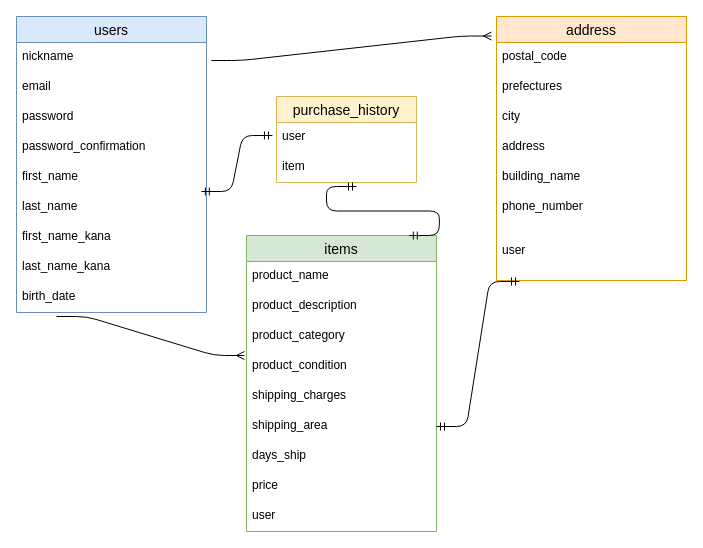
Before: ERZU.dio in Yuuki0205/furima-35553, a draw.io diagram. Source tidied: cells renumbered, new cells numbered last; positions are measured from the earlier drawing's top-left corner, leaving out a move shared by most shapes. Both pictures are drawn from the tidied source at 100%, with x=0, y=0 at pixel (16, 16).
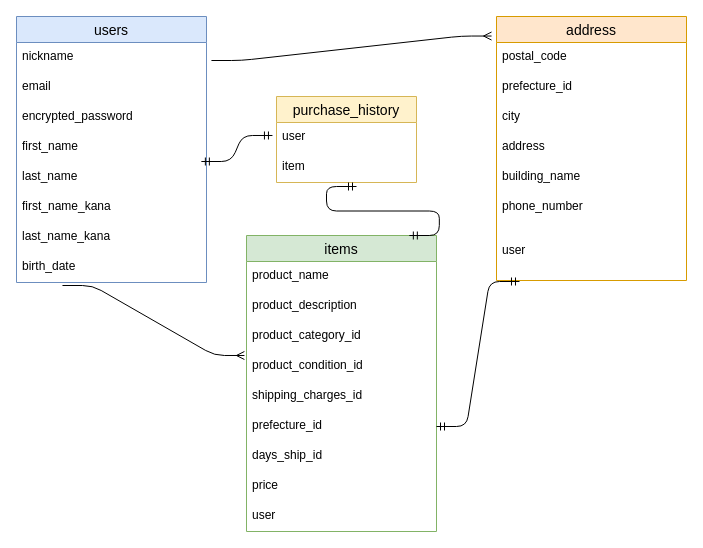
Above is the later version.

Commit message (it also covers changes not shown here):
データベース設計

The change refers to these unchanged cells:
```xml
<mxCell id="12" value="items" style="swimlane;fontStyle=0;horizontal=1;startSize=26;align=center;fontSize=14;fillColor=#d5e8d4;strokeColor=#82b366;" parent="1" vertex="1">
  <mxGeometry x="230" y="219" width="190" height="296" as="geometry" />
</mxCell>
<mxCell id="23" value="address" style="swimlane;fontStyle=0;horizontal=1;startSize=26;align=center;fontSize=14;fillColor=#ffe6cc;strokeColor=#d79b00;" parent="1" vertex="1">
  <mxGeometry x="480" width="190" height="264" as="geometry" />
</mxCell>
```

Change to the diagram source:
```diff
@@
     <mxCell id="2" value="users" style="swimlane;fontStyle=0;horizontal=1;startSize=26;align=center;fontSize=14;fillColor=#dae8fc;strokeColor=#6c8ebf;" parent="1" vertex="1">
-      <mxGeometry width="190" height="296" as="geometry" />
+      <mxGeometry width="190" height="266" as="geometry" />
     </mxCell>
@@
-    <mxCell id="5" value="password" style="text;strokeColor=none;fillColor=none;spacingLeft=4;spacingRight=4;overflow=hidden;fontSize=12;" parent="2" vertex="1">
+    <mxCell id="5" value="encrypted_password" style="text;strokeColor=none;fillColor=none;spacingLeft=4;spacingRight=4;overflow=hidden;fontSize=12;" parent="2" vertex="1">
       <mxGeometry y="86" width="190" height="30" as="geometry" />
     </mxCell>
-    <mxCell id="6" value="password_confirmation" style="text;strokeColor=none;fillColor=none;spacingLeft=4;spacingRight=4;overflow=hidden;fontSize=12;" parent="2" vertex="1">
-      <mxGeometry y="116" width="190" height="30" as="geometry" />
-    </mxCell>
     <mxCell id="7" value="first_name " style="text;strokeColor=none;fillColor=none;spacingLeft=4;spacingRight=4;overflow=hidden;fontSize=12;" parent="2" vertex="1">
-      <mxGeometry y="146" width="190" height="30" as="geometry" />
+      <mxGeometry y="116" width="190" height="30" as="geometry" />
     </mxCell>
     <mxCell id="8" value="last_name" style="text;strokeColor=none;fillColor=none;spacingLeft=4;spacingRight=4;overflow=hidden;points=[[0,0.5],[1,0.5]];portConstraint=eastwest;fontSize=12;" parent="2" vertex="1">
-      <mxGeometry y="176" width="190" height="30" as="geometry" />
+      <mxGeometry y="146" width="190" height="30" as="geometry" />
     </mxCell>
     <mxCell id="9" value="first_name_kana" style="text;strokeColor=none;fillColor=none;spacingLeft=4;spacingRight=4;overflow=hidden;fontSize=12;" parent="2" vertex="1">
-      <mxGeometry y="206" width="190" height="30" as="geometry" />
+      <mxGeometry y="176" width="190" height="30" as="geometry" />
     </mxCell>
     <mxCell id="10" value="last_name_kana" style="text;strokeColor=none;fillColor=none;spacingLeft=4;spacingRight=4;overflow=hidden;fontSize=12;" parent="2" vertex="1">
-      <mxGeometry y="236" width="190" height="30" as="geometry" />
+      <mxGeometry y="206" width="190" height="30" as="geometry" />
     </mxCell>
     <mxCell id="11" value="birth_date" style="text;strokeColor=none;fillColor=none;spacingLeft=4;spacingRight=4;overflow=hidden;points=[[0,0.5],[1,0.5]];portConstraint=eastwest;fontSize=12;" parent="2" vertex="1">
-      <mxGeometry y="266" width="190" height="30" as="geometry" />
+      <mxGeometry y="236" width="190" height="30" as="geometry" />
     </mxCell>
@@
-    <mxCell id="15" value="product_category" style="text;strokeColor=none;fillColor=none;spacingLeft=4;spacingRight=4;overflow=hidden;fontSize=12;" parent="12" vertex="1">
+    <mxCell id="15" value="product_category_id" style="text;strokeColor=none;fillColor=none;spacingLeft=4;spacingRight=4;overflow=hidden;fontSize=12;" parent="12" vertex="1">
       <mxGeometry y="86" width="190" height="30" as="geometry" />
     </mxCell>
-    <mxCell id="16" value="product_condition" style="text;strokeColor=none;fillColor=none;spacingLeft=4;spacingRight=4;overflow=hidden;points=[[0,0.5],[1,0.5]];portConstraint=eastwest;fontSize=12;" parent="12" vertex="1">
+    <mxCell id="16" value="product_condition_id" style="text;strokeColor=none;fillColor=none;spacingLeft=4;spacingRight=4;overflow=hidden;points=[[0,0.5],[1,0.5]];portConstraint=eastwest;fontSize=12;" parent="12" vertex="1">
       <mxGeometry y="116" width="190" height="30" as="geometry" />
     </mxCell>
-    <mxCell id="17" value="shipping_charges" style="text;strokeColor=none;fillColor=none;spacingLeft=4;spacingRight=4;overflow=hidden;fontSize=12;" parent="12" vertex="1">
+    <mxCell id="17" value="shipping_charges_id" style="text;strokeColor=none;fillColor=none;spacingLeft=4;spacingRight=4;overflow=hidden;fontSize=12;" parent="12" vertex="1">
       <mxGeometry y="146" width="190" height="30" as="geometry" />
     </mxCell>
-    <mxCell id="18" value="shipping_area" style="text;strokeColor=none;fillColor=none;spacingLeft=4;spacingRight=4;overflow=hidden;points=[[0,0.5],[1,0.5]];portConstraint=eastwest;fontSize=12;" parent="12" vertex="1">
+    <mxCell id="18" value="prefecture_id" style="text;strokeColor=none;fillColor=none;spacingLeft=4;spacingRight=4;overflow=hidden;points=[[0,0.5],[1,0.5]];portConstraint=eastwest;fontSize=12;" parent="12" vertex="1">
       <mxGeometry y="176" width="190" height="30" as="geometry" />
     </mxCell>
-    <mxCell id="19" value="days_ship" style="text;strokeColor=none;fillColor=none;spacingLeft=4;spacingRight=4;overflow=hidden;fontSize=12;" parent="12" vertex="1">
+    <mxCell id="19" value="days_ship_id" style="text;strokeColor=none;fillColor=none;spacingLeft=4;spacingRight=4;overflow=hidden;fontSize=12;" parent="12" vertex="1">
       <mxGeometry y="206" width="190" height="30" as="geometry" />
     </mxCell>
@@
-    <mxCell id="25" value="prefectures" style="text;strokeColor=none;fillColor=none;spacingLeft=4;spacingRight=4;overflow=hidden;fontSize=12;" parent="23" vertex="1">
+    <mxCell id="25" value="prefecture_id" style="text;strokeColor=none;fillColor=none;spacingLeft=4;spacingRight=4;overflow=hidden;fontSize=12;" parent="23" vertex="1">
       <mxGeometry y="56" width="190" height="30" as="geometry" />
     </mxCell>
@@
-    <mxCell id="32" style="edgeStyle=entityRelationEdgeStyle;fontSize=12;html=1;endArrow=ERmany;entryX=-0.011;entryY=0.133;entryDx=0;entryDy=0;entryPerimeter=0;" parent="1" edge="1" target="16">
-      <mxGeometry relative="1" as="geometry">
-        <mxPoint x="40" y="300" as="sourcePoint" />
-      </mxGeometry>
+    <mxCell id="32" style="edgeStyle=entityRelationEdgeStyle;fontSize=12;html=1;endArrow=ERmany;entryX=-0.011;entryY=0.133;entryDx=0;entryDy=0;entryPerimeter=0;exitX=0.242;exitY=1.1;exitDx=0;exitDy=0;exitPerimeter=0;" parent="1" edge="1" source="11" target="16">
+      <mxGeometry relative="1" as="geometry" />
     </mxCell>
```
